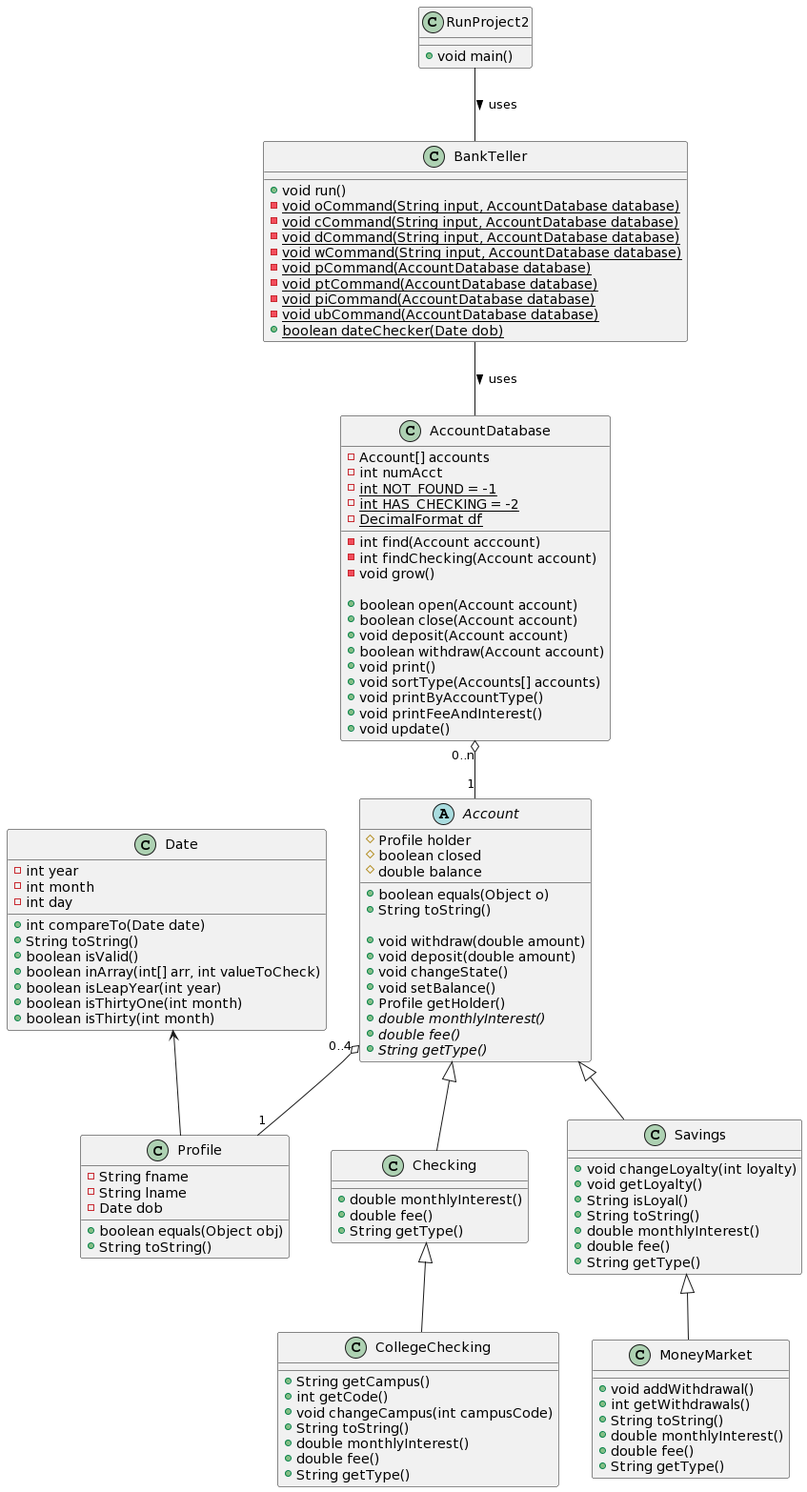
Above: SMProject2UML.png in GutsHell/SMProject2 (PlantUML), before the change. Source of this version:
```plantuml
@startuml
abstract class Account {

#Profile holder
#boolean closed
#double balance

+boolean equals(Object o)
+String toString()

+void withdraw(double amount)
+void deposit(double amount)
+void changeState()
+void setBalance()
+Profile getHolder()
+{abstract} double monthlyInterest()
+{abstract} double fee()
+{abstract} String getType()
}

class Checking {

+double monthlyInterest()
+double fee()
+String getType()

}

class CollegeChecking {

+String getCampus()
+int getCode()
+void changeCampus(int campusCode)
+String toString()
+double monthlyInterest()
+double fee()
+String getType()

}


class Savings {

+void changeLoyalty(int loyalty)
+void getLoyalty()
+String isLoyal()
+String toString()
+double monthlyInterest()
+double fee()
+String getType()

}


class MoneyMarket {

+void addWithdrawal()
+int getWithdrawals()
+String toString()
+double monthlyInterest()
+double fee()
+String getType()

}

class Profile {

-String fname
-String lname
-Date dob

+boolean equals(Object obj)
+String toString()
}

class AccountDatabase {

-Account[] accounts
-int numAcct
-{static} int NOT_FOUND = -1
-{static} int HAS_CHECKING = -2
-{static} DecimalFormat df

-int find(Account acccount)
-int findChecking(Account account)
-void grow()

+boolean open(Account account)
+boolean close(Account account)
+void deposit(Account account)
+boolean withdraw(Account account)
+void print()
+void sortType(Accounts[] accounts)
+void printByAccountType()
+void printFeeAndInterest()
+void update()
}

class BankTeller {

+void run()
-{static} void oCommand(String input, AccountDatabase database)
-{static} void cCommand(String input, AccountDatabase database)
-{static} void dCommand(String input, AccountDatabase database)
-{static} void wCommand(String input, AccountDatabase database)
-{static} void pCommand(AccountDatabase database)
-{static} void ptCommand(AccountDatabase database)
-{static} void piCommand(AccountDatabase database)
-{static} void ubCommand(AccountDatabase database)
+{static} boolean dateChecker(Date dob)
}

class RunProject2 {

+void main()
}

class Date {

-int year
-int month
-int day

+int compareTo(Date date)
+String toString()
+boolean isValid()
+boolean inArray(int[] arr, int valueToCheck)
+boolean isLeapYear(int year)
+boolean isThirtyOne(int month)
+boolean isThirty(int month)
}

RunProject2 -- BankTeller : uses >
BankTeller -- AccountDatabase : uses >
AccountDatabase "0..n" o-- "1" Account
Account <|-- Checking
Account <|-- Savings
Checking <|-- CollegeChecking
Savings <|-- MoneyMarket
Account "0..4" o-- "1" Profile
Date <-- Profile
@enduml
```
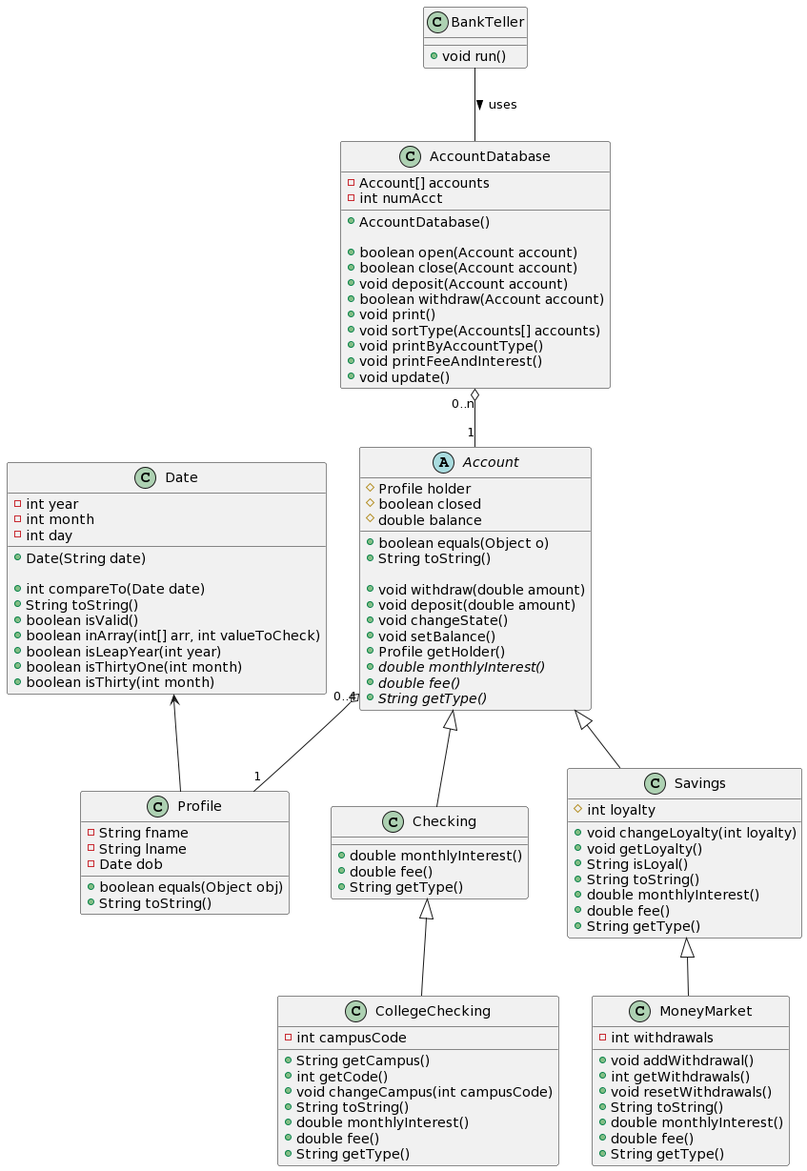
The same diagram one commit later.

Commit message:
edited uml diagrams to conform to requirements, modified visibility of a method

Change to the diagram source:
```diff
@@ -27,6 +27,7 @@
 }
 
 class CollegeChecking {
+-int campusCode
 
 +String getCampus()
 +int getCode()
@@ -40,6 +41,7 @@
 
 
 class Savings {
+#int loyalty
 
 +void changeLoyalty(int loyalty)
 +void getLoyalty()
@@ -53,9 +55,11 @@
 
 
 class MoneyMarket {
+-int withdrawals
 
 +void addWithdrawal()
 +int getWithdrawals()
++void resetWithdrawals()
 +String toString()
 +double monthlyInterest()
 +double fee()
@@ -77,13 +81,8 @@
 
 -Account[] accounts
 -int numAcct
--{static} int NOT_FOUND = -1
--{static} int HAS_CHECKING = -2
--{static} DecimalFormat df
 
--int find(Account acccount)
--int findChecking(Account account)
--void grow()
++AccountDatabase()
 
 +boolean open(Account account)
 +boolean close(Account account)
@@ -99,20 +98,7 @@
 class BankTeller {
 
 +void run()
--{static} void oCommand(String input, AccountDatabase database)
--{static} void cCommand(String input, AccountDatabase database)
--{static} void dCommand(String input, AccountDatabase database)
--{static} void wCommand(String input, AccountDatabase database)
--{static} void pCommand(AccountDatabase database)
--{static} void ptCommand(AccountDatabase database)
--{static} void piCommand(AccountDatabase database)
--{static} void ubCommand(AccountDatabase database)
-+{static} boolean dateChecker(Date dob)
-}
 
-class RunProject2 {
-
-+void main()
 }
 
 class Date {
@@ -120,6 +106,8 @@
 -int year
 -int month
 -int day
+
++Date(String date)
 
 +int compareTo(Date date)
 +String toString()
@@ -130,7 +118,6 @@
 +boolean isThirty(int month)
 }
 
-RunProject2 -- BankTeller : uses >
 BankTeller -- AccountDatabase : uses >
 AccountDatabase "0..n" o-- "1" Account
 Account <|-- Checking
```
